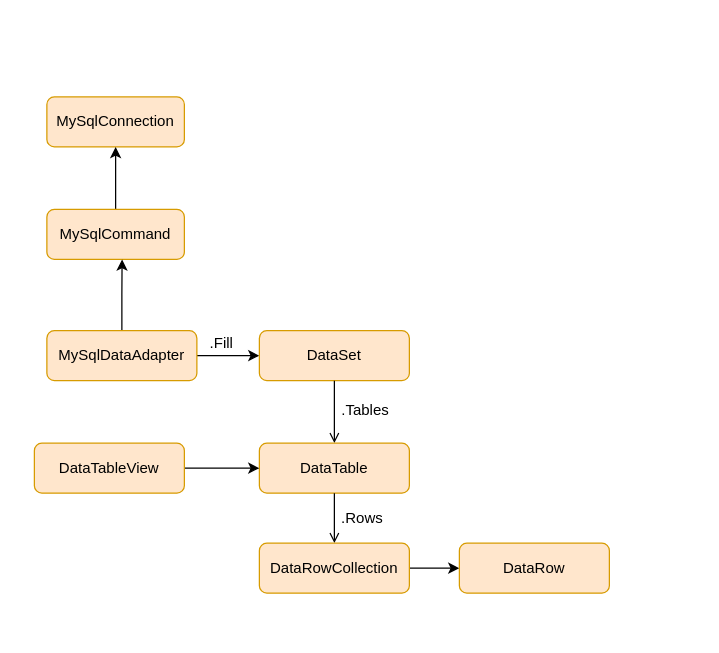
This is page "7#C#" (3 of 3) of assets/drawio/study.drawio from atanx/atanx.github.io, a draw.io file, before an edit. Source tidied: cells renumbered, new cells numbered last; positions are measured from the earlier drawing's top-left corner, leaving out a move shared by most shapes. Both pictures are drawn from the tidied source at 125%, with x=0, y=0 at pixel (34, 96).
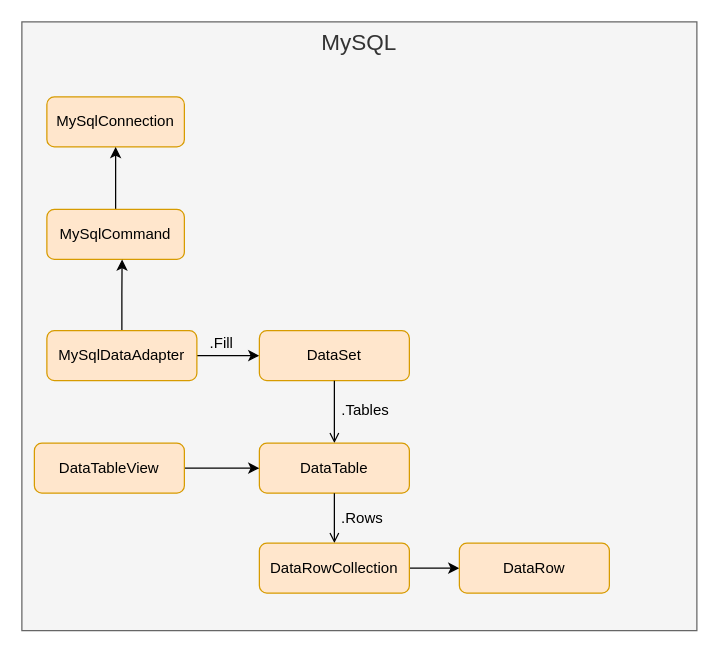
The same page after the edit.

Diff of the diagram source:
```diff
@@
+    <mxCell id="20" value="&lt;font style=&quot;font-size: 18px&quot;&gt;MySQL&lt;/font&gt;" style="text;html=1;align=center;verticalAlign=top;whiteSpace=wrap;rounded=0;fillColor=#f5f5f5;strokeColor=#666666;fontColor=#333333;" parent="1" vertex="1">
+      <mxGeometry x="-10" y="-60" width="540" height="487" as="geometry" />
+    </mxCell>
```
